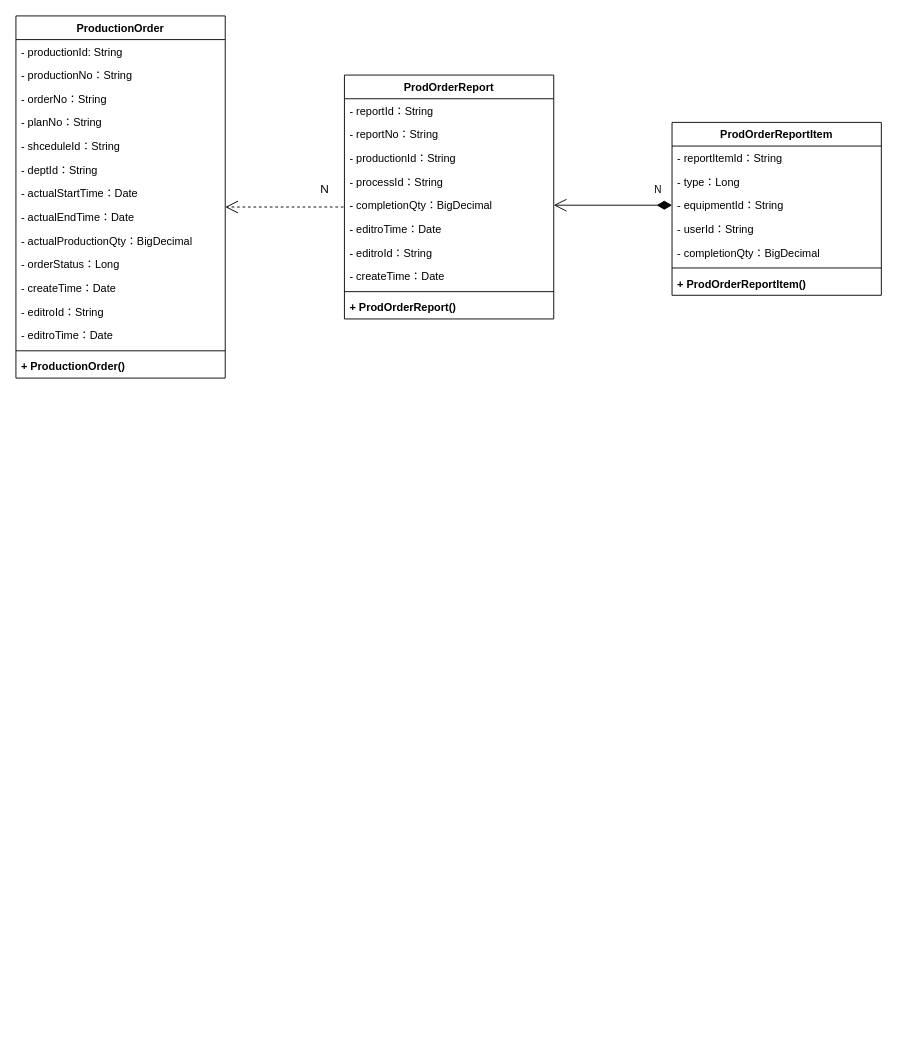
The draw.io diagram page "领料单" (1 of 4) of 类图.drawio in KNAI-I/test, before the edit. Source tidied: cells renumbered, new cells numbered last; positions are measured from the earlier drawing's top-left corner, leaving out a move shared by most shapes. Both pictures are drawn from the tidied source at 91%, with x=0, y=0 at pixel (15, 15).
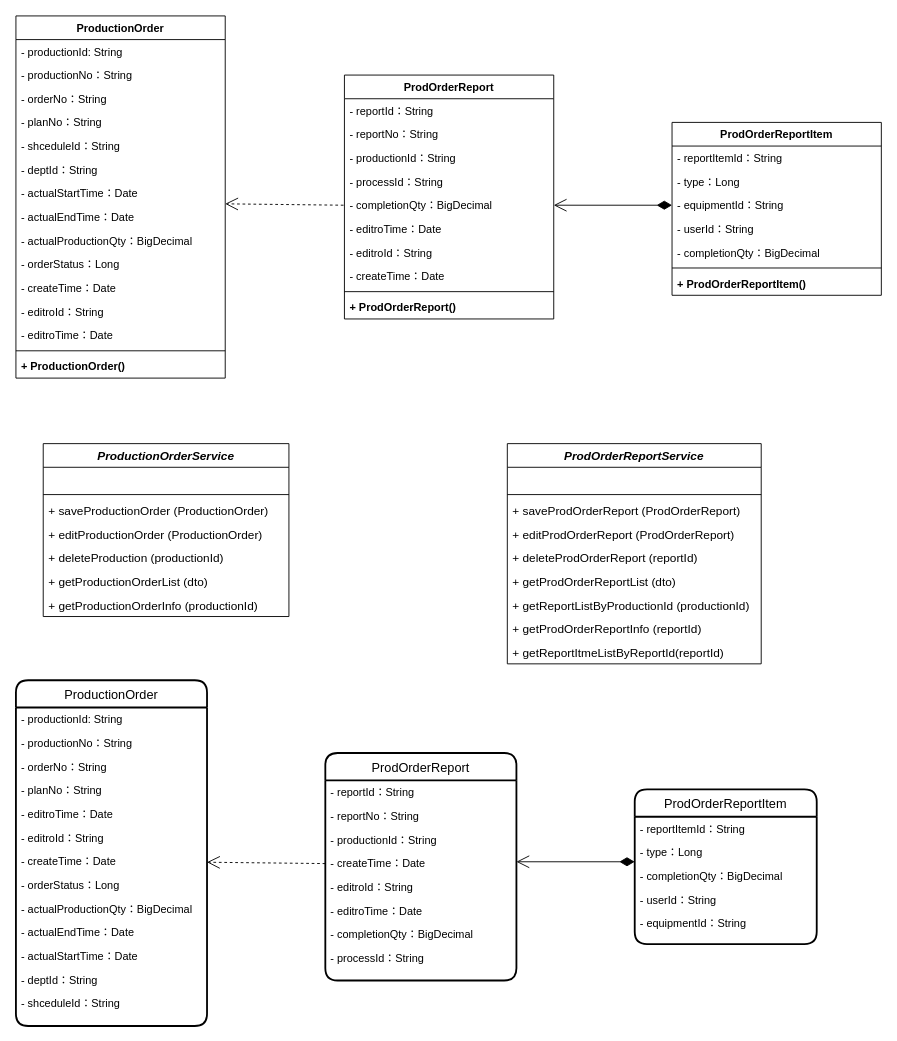
The same diagram, later.

The change refers to these unchanged cells:
```xml
<mxCell id="23" value="- completionQty：BigDecimal" style="text;strokeColor=none;fillColor=none;align=left;verticalAlign=top;spacingLeft=4;spacingRight=4;overflow=hidden;points=[[0,0.5],[1,0.5]];portConstraint=eastwest;" parent="18" vertex="1">
  <mxGeometry y="130" width="230" height="26" as="geometry" />
</mxCell>
<mxCell id="32" value="- equipmentId：String" style="text;strokeColor=none;fillColor=none;align=left;verticalAlign=top;spacingLeft=4;spacingRight=4;overflow=hidden;points=[[0,0.5],[1,0.5]];portConstraint=eastwest;" parent="29" vertex="1">
  <mxGeometry y="78" width="230" height="26" as="geometry" />
</mxCell>
```

Diff of the diagram source:
```diff
@@
-    <mxCell id="37" value="N" style="endArrow=open;html=1;endSize=12;startArrow=diamondThin;startSize=14;startFill=1;edgeStyle=orthogonalEdgeStyle;align=left;verticalAlign=bottom;rounded=0;exitX=0;exitY=0.5;exitDx=0;exitDy=0;" parent="1" edge="1" source="32" target="23">
+    <mxCell id="37" style="endArrow=open;html=1;endSize=12;startArrow=diamondThin;startSize=14;startFill=1;edgeStyle=orthogonalEdgeStyle;align=left;verticalAlign=bottom;rounded=0;exitX=0;exitY=0.5;exitDx=0;exitDy=0;" parent="1" edge="1" source="32" target="23">
       <mxGeometry x="-0.68" y="-8" relative="1" as="geometry" />
     </mxCell>
-    <mxCell id="38" value="N" style="endArrow=open;endSize=12;dashed=1;html=1;rounded=0;fontSize=13;" parent="1" edge="1">
-      <mxGeometry x="-0.67" y="-20" relative="1" as="geometry">
-        <mxPoint x="360" y="210" as="sourcePoint" />
-        <mxPoint x="230" y="210" as="targetPoint" />
-      </mxGeometry>
-    </mxCell>
+    <mxCell id="39" style="endArrow=open;endSize=12;dashed=1;html=1;rounded=0;fontSize=13;" parent="1" edge="1">
+      <mxGeometry x="0.08" y="-37" relative="1" as="geometry">
+        <mxPoint x="360" y="208" as="sourcePoint" />
+        <mxPoint x="230" y="206.5" as="targetPoint" />
+      </mxGeometry>
+    </mxCell>
+    <mxCell id="40" value="ProductionOrderService" style="swimlane;fontStyle=3;align=center;verticalAlign=top;horizontal=1;startSize=26;fontSize=13;" parent="1" vertex="1">
+      <mxGeometry x="30" y="470" width="270" height="190" as="geometry" />
+    </mxCell>
+    <mxCell id="41" value=" " style="text;strokeColor=none;fillColor=none;align=left;verticalAlign=top;spacingLeft=4;spacingRight=4;overflow=hidden;fontSize=13;" parent="40" vertex="1">
+      <mxGeometry y="26" width="270" height="26" as="geometry" />
+    </mxCell>
+    <mxCell id="42" style="line;strokeWidth=1;fillColor=none;align=left;verticalAlign=middle;spacingTop=-1;spacingLeft=3;spacingRight=3;labelPosition=right;fontSize=13;" parent="40" vertex="1">
+      <mxGeometry y="52" width="270" height="8" as="geometry" />
+    </mxCell>
+    <mxCell id="43" value="+ saveProductionOrder (ProductionOrder)" style="text;strokeColor=none;fillColor=none;align=left;verticalAlign=top;spacingLeft=4;spacingRight=4;overflow=hidden;fontSize=13;" parent="40" vertex="1">
+      <mxGeometry y="60" width="270" height="26" as="geometry" />
+    </mxCell>
+    <mxCell id="44" value="+ editProductionOrder (ProductionOrder)" style="text;strokeColor=none;fillColor=none;align=left;verticalAlign=top;spacingLeft=4;spacingRight=4;overflow=hidden;fontSize=13;" parent="40" vertex="1">
+      <mxGeometry y="86" width="270" height="26" as="geometry" />
+    </mxCell>
+    <mxCell id="45" value="+ deleteProduction (productionId)" style="text;strokeColor=none;fillColor=none;align=left;verticalAlign=top;spacingLeft=4;spacingRight=4;overflow=hidden;fontSize=13;" parent="40" vertex="1">
+      <mxGeometry y="112" width="270" height="26" as="geometry" />
+    </mxCell>
+    <mxCell id="46" value="+ getProductionOrderList (dto)" style="text;strokeColor=none;fillColor=none;align=left;verticalAlign=top;spacingLeft=4;spacingRight=4;overflow=hidden;fontSize=13;" parent="40" vertex="1">
+      <mxGeometry y="138" width="270" height="26" as="geometry" />
+    </mxCell>
+    <mxCell id="47" value="+ getProductionOrderInfo (productionId)" style="text;strokeColor=none;fillColor=none;align=left;verticalAlign=top;spacingLeft=4;spacingRight=4;overflow=hidden;fontSize=13;" parent="40" vertex="1">
+      <mxGeometry y="164" width="270" height="26" as="geometry" />
+    </mxCell>
+    <mxCell id="48" value="ProdOrderReportService" style="swimlane;fontStyle=3;align=center;verticalAlign=top;horizontal=1;startSize=26;fontSize=13;" parent="1" vertex="1">
+      <mxGeometry x="540" y="470" width="279" height="242" as="geometry" />
+    </mxCell>
+    <mxCell id="49" value=" " style="text;strokeColor=none;fillColor=none;align=left;verticalAlign=top;spacingLeft=4;spacingRight=4;overflow=hidden;fontSize=13;" parent="48" vertex="1">
+      <mxGeometry y="26" width="279" height="26" as="geometry" />
+    </mxCell>
+    <mxCell id="50" style="line;strokeWidth=1;fillColor=none;align=left;verticalAlign=middle;spacingTop=-1;spacingLeft=3;spacingRight=3;labelPosition=right;fontSize=13;" parent="48" vertex="1">
+      <mxGeometry y="52" width="279" height="8" as="geometry" />
+    </mxCell>
+    <mxCell id="51" value="+ saveProdOrderReport (ProdOrderReport)" style="text;strokeColor=none;fillColor=none;align=left;verticalAlign=top;spacingLeft=4;spacingRight=4;overflow=hidden;fontSize=13;" parent="48" vertex="1">
+      <mxGeometry y="60" width="279" height="26" as="geometry" />
+    </mxCell>
+    <mxCell id="52" value="+ editProdOrderReport (ProdOrderReport)" style="text;strokeColor=none;fillColor=none;align=left;verticalAlign=top;spacingLeft=4;spacingRight=4;overflow=hidden;fontSize=13;" parent="48" vertex="1">
+      <mxGeometry y="86" width="279" height="26" as="geometry" />
+    </mxCell>
+    <mxCell id="53" value="+ deleteProdOrderReport (reportId)" style="text;strokeColor=none;fillColor=none;align=left;verticalAlign=top;spacingLeft=4;spacingRight=4;overflow=hidden;fontSize=13;" parent="48" vertex="1">
+      <mxGeometry y="112" width="279" height="26" as="geometry" />
+    </mxCell>
+    <mxCell id="54" value="+ getProdOrderReportList (dto)" style="text;strokeColor=none;fillColor=none;align=left;verticalAlign=top;spacingLeft=4;spacingRight=4;overflow=hidden;fontSize=13;" parent="48" vertex="1">
+      <mxGeometry y="138" width="279" height="26" as="geometry" />
+    </mxCell>
+    <mxCell id="55" value="+ getReportListByProductionId (productionId)" style="text;strokeColor=none;fillColor=none;align=left;verticalAlign=top;spacingLeft=4;spacingRight=4;overflow=hidden;fontSize=13;" parent="48" vertex="1">
+      <mxGeometry y="164" width="279" height="26" as="geometry" />
+    </mxCell>
+    <mxCell id="56" value="+ getProdOrderReportInfo (reportId)" style="text;strokeColor=none;fillColor=none;align=left;verticalAlign=top;spacingLeft=4;spacingRight=4;overflow=hidden;fontSize=13;" parent="48" vertex="1">
+      <mxGeometry y="190" width="279" height="26" as="geometry" />
+    </mxCell>
+    <mxCell id="57" value="+ getReportItmeListByReportId(reportId)" style="text;strokeColor=none;fillColor=none;align=left;verticalAlign=top;spacingLeft=4;spacingRight=4;overflow=hidden;fontSize=13;" parent="48" vertex="1">
+      <mxGeometry y="216" width="279" height="26" as="geometry" />
+    </mxCell>
+    <mxCell id="58" value="ProductionOrder" style="swimlane;horizontal=1;startSize=30;rounded=1;fontSize=14;fontStyle=0;strokeWidth=2;shadow=0;dashed=0;align=center;" parent="1" vertex="1">
+      <mxGeometry y="730" width="210" height="380" as="geometry" />
+    </mxCell>
+    <mxCell id="59" value="- productionId: String" style="text;strokeColor=none;fillColor=none;align=left;verticalAlign=top;spacingLeft=4;spacingRight=4;overflow=hidden;" parent="58" vertex="1">
+      <mxGeometry y="30" width="210" height="26" as="geometry" />
+    </mxCell>
+    <mxCell id="60" value="- productionNo：String" style="text;strokeColor=none;fillColor=none;align=left;verticalAlign=top;spacingLeft=4;spacingRight=4;overflow=hidden;" parent="58" vertex="1">
+      <mxGeometry y="56" width="210" height="26" as="geometry" />
+    </mxCell>
+    <mxCell id="61" value="- orderNo：String" style="text;strokeColor=none;fillColor=none;align=left;verticalAlign=top;spacingLeft=4;spacingRight=4;overflow=hidden;" parent="58" vertex="1">
+      <mxGeometry y="82" width="210" height="26" as="geometry" />
+    </mxCell>
+    <mxCell id="62" value="- planNo：String" style="text;strokeColor=none;fillColor=none;align=left;verticalAlign=top;spacingLeft=4;spacingRight=4;overflow=hidden;" parent="58" vertex="1">
+      <mxGeometry y="108" width="210" height="26" as="geometry" />
+    </mxCell>
+    <mxCell id="63" value="- editroTime：Date" style="text;strokeColor=none;fillColor=none;align=left;verticalAlign=top;spacingLeft=4;spacingRight=4;overflow=hidden;" parent="58" vertex="1">
+      <mxGeometry y="134" width="210" height="26" as="geometry" />
+    </mxCell>
+    <mxCell id="64" value="- editroId：String" style="text;strokeColor=none;fillColor=none;align=left;verticalAlign=top;spacingLeft=4;spacingRight=4;overflow=hidden;" parent="58" vertex="1">
+      <mxGeometry y="160" width="210" height="26" as="geometry" />
+    </mxCell>
+    <mxCell id="65" value="- createTime：Date" style="text;strokeColor=none;fillColor=none;align=left;verticalAlign=top;spacingLeft=4;spacingRight=4;overflow=hidden;" parent="58" vertex="1">
+      <mxGeometry y="186" width="210" height="26" as="geometry" />
+    </mxCell>
+    <mxCell id="66" value="- orderStatus：Long" style="text;strokeColor=none;fillColor=none;align=left;verticalAlign=top;spacingLeft=4;spacingRight=4;overflow=hidden;" parent="58" vertex="1">
+      <mxGeometry y="212" width="210" height="26" as="geometry" />
+    </mxCell>
+    <mxCell id="67" value="- actualProductionQty：BigDecimal" style="text;strokeColor=none;fillColor=none;align=left;verticalAlign=top;spacingLeft=4;spacingRight=4;overflow=hidden;" parent="58" vertex="1">
+      <mxGeometry y="238" width="210" height="26" as="geometry" />
+    </mxCell>
+    <mxCell id="68" value="- actualEndTime：Date" style="text;strokeColor=none;fillColor=none;align=left;verticalAlign=top;spacingLeft=4;spacingRight=4;overflow=hidden;" parent="58" vertex="1">
+      <mxGeometry y="264" width="210" height="26" as="geometry" />
+    </mxCell>
+    <mxCell id="69" value="- actualStartTime：Date" style="text;strokeColor=none;fillColor=none;align=left;verticalAlign=top;spacingLeft=4;spacingRight=4;overflow=hidden;" parent="58" vertex="1">
+      <mxGeometry y="290" width="210" height="26" as="geometry" />
+    </mxCell>
+    <mxCell id="70" value="- deptId：String" style="text;strokeColor=none;fillColor=none;align=left;verticalAlign=top;spacingLeft=4;spacingRight=4;overflow=hidden;" parent="58" vertex="1">
+      <mxGeometry y="316" width="210" height="26" as="geometry" />
+    </mxCell>
+    <mxCell id="71" value="- shceduleId：String" style="text;strokeColor=none;fillColor=none;align=left;verticalAlign=top;spacingLeft=4;spacingRight=4;overflow=hidden;" parent="58" vertex="1">
+      <mxGeometry y="342" width="210" height="38" as="geometry" />
+    </mxCell>
+    <mxCell id="72" value="ProdOrderReport" style="swimlane;horizontal=1;startSize=30;rounded=1;fontSize=14;fontStyle=0;strokeWidth=2;shadow=0;dashed=0;align=center;" parent="1" vertex="1">
+      <mxGeometry x="340" y="810" width="210" height="250" as="geometry" />
+    </mxCell>
+    <mxCell id="73" value="- reportId：String" style="text;strokeColor=none;fillColor=none;align=left;verticalAlign=top;spacingLeft=4;spacingRight=4;overflow=hidden;" parent="72" vertex="1">
+      <mxGeometry y="30" width="210" height="26" as="geometry" />
+    </mxCell>
+    <mxCell id="74" value="- reportNo：String" style="text;strokeColor=none;fillColor=none;align=left;verticalAlign=top;spacingLeft=4;spacingRight=4;overflow=hidden;" parent="72" vertex="1">
+      <mxGeometry y="56" width="210" height="26" as="geometry" />
+    </mxCell>
+    <mxCell id="75" value="- productionId：String" style="text;strokeColor=none;fillColor=none;align=left;verticalAlign=top;spacingLeft=4;spacingRight=4;overflow=hidden;" parent="72" vertex="1">
+      <mxGeometry y="82" width="210" height="26" as="geometry" />
+    </mxCell>
+    <mxCell id="76" value="- createTime：Date" style="text;strokeColor=none;fillColor=none;align=left;verticalAlign=top;spacingLeft=4;spacingRight=4;overflow=hidden;" parent="72" vertex="1">
+      <mxGeometry y="108" width="210" height="26" as="geometry" />
+    </mxCell>
+    <mxCell id="77" value="- editroId：String" style="text;strokeColor=none;fillColor=none;align=left;verticalAlign=top;spacingLeft=4;spacingRight=4;overflow=hidden;" parent="72" vertex="1">
+      <mxGeometry y="134" width="210" height="26" as="geometry" />
+    </mxCell>
+    <mxCell id="78" value="- editroTime：Date" style="text;strokeColor=none;fillColor=none;align=left;verticalAlign=top;spacingLeft=4;spacingRight=4;overflow=hidden;" parent="72" vertex="1">
+      <mxGeometry y="160" width="210" height="26" as="geometry" />
+    </mxCell>
+    <mxCell id="79" value="- completionQty：BigDecimal" style="text;strokeColor=none;fillColor=none;align=left;verticalAlign=top;spacingLeft=4;spacingRight=4;overflow=hidden;" parent="72" vertex="1">
+      <mxGeometry y="186" width="210" height="26" as="geometry" />
+    </mxCell>
+    <mxCell id="80" value="- processId：String" style="text;strokeColor=none;fillColor=none;align=left;verticalAlign=top;spacingLeft=4;spacingRight=4;overflow=hidden;" parent="72" vertex="1">
+      <mxGeometry y="212" width="210" height="38" as="geometry" />
+    </mxCell>
+    <mxCell id="81" value="ProdOrderReportItem" style="swimlane;horizontal=1;startSize=30;rounded=1;fontSize=14;fontStyle=0;strokeWidth=2;shadow=0;dashed=0;align=center;" parent="1" vertex="1">
+      <mxGeometry x="680" y="850" width="200" height="170" as="geometry" />
+    </mxCell>
+    <mxCell id="82" value="- reportItemId：String" style="text;strokeColor=none;fillColor=none;align=left;verticalAlign=top;spacingLeft=4;spacingRight=4;overflow=hidden;" parent="81" vertex="1">
+      <mxGeometry y="30" width="200" height="26" as="geometry" />
+    </mxCell>
+    <mxCell id="83" value="- type：Long" style="text;strokeColor=none;fillColor=none;align=left;verticalAlign=top;spacingLeft=4;spacingRight=4;overflow=hidden;" parent="81" vertex="1">
+      <mxGeometry y="56" width="200" height="26" as="geometry" />
+    </mxCell>
+    <mxCell id="84" value="- completionQty：BigDecimal" style="text;strokeColor=none;fillColor=none;align=left;verticalAlign=top;spacingLeft=4;spacingRight=4;overflow=hidden;" parent="81" vertex="1">
+      <mxGeometry y="82" width="200" height="26" as="geometry" />
+    </mxCell>
+    <mxCell id="85" value="- userId：String" style="text;strokeColor=none;fillColor=none;align=left;verticalAlign=top;spacingLeft=4;spacingRight=4;overflow=hidden;" parent="81" vertex="1">
+      <mxGeometry y="108" width="200" height="26" as="geometry" />
+    </mxCell>
+    <mxCell id="86" value="- equipmentId：String" style="text;strokeColor=none;fillColor=none;align=left;verticalAlign=top;spacingLeft=4;spacingRight=4;overflow=hidden;" parent="81" vertex="1">
+      <mxGeometry y="134" width="200" height="36" as="geometry" />
+    </mxCell>
+    <mxCell id="87" style="endArrow=open;endSize=12;dashed=1;html=1;rounded=0;fontSize=13;" parent="1" edge="1">
+      <mxGeometry x="0.08" y="-37" relative="1" as="geometry">
+        <mxPoint x="340" y="931.5" as="sourcePoint" />
+        <mxPoint x="210" y="930" as="targetPoint" />
+      </mxGeometry>
+    </mxCell>
+    <mxCell id="88" style="endArrow=open;html=1;endSize=12;startArrow=diamondThin;startSize=14;startFill=1;edgeStyle=orthogonalEdgeStyle;align=left;verticalAlign=bottom;rounded=0;exitX=0;exitY=0.5;exitDx=0;exitDy=0;" parent="1" edge="1">
+      <mxGeometry x="-0.68" y="-8" relative="1" as="geometry">
+        <mxPoint x="680" y="929.5" as="sourcePoint" />
+        <mxPoint x="550" y="929.5" as="targetPoint" />
+      </mxGeometry>
+    </mxCell>
```
